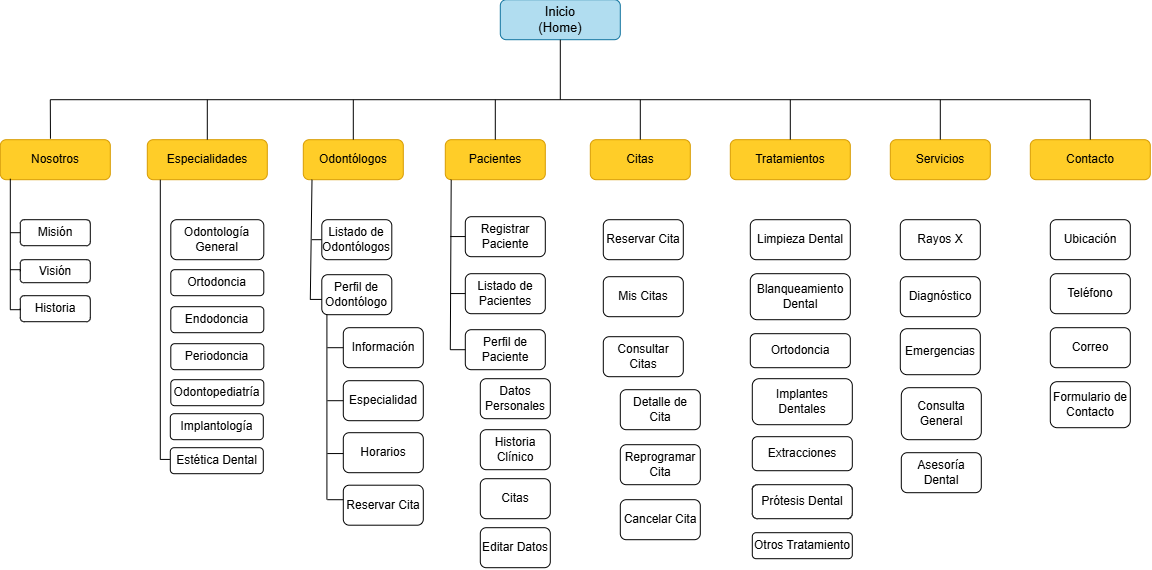
Before: sistema web.drawio.png, a diagram exported from draw.io (IngridCruzY/sistema-web-cl-nica-odont-loga). Source tidied: cells renumbered, new cells last; positions are measured from the earlier drawing's top-left corner, leaving out a move shared by most shapes.
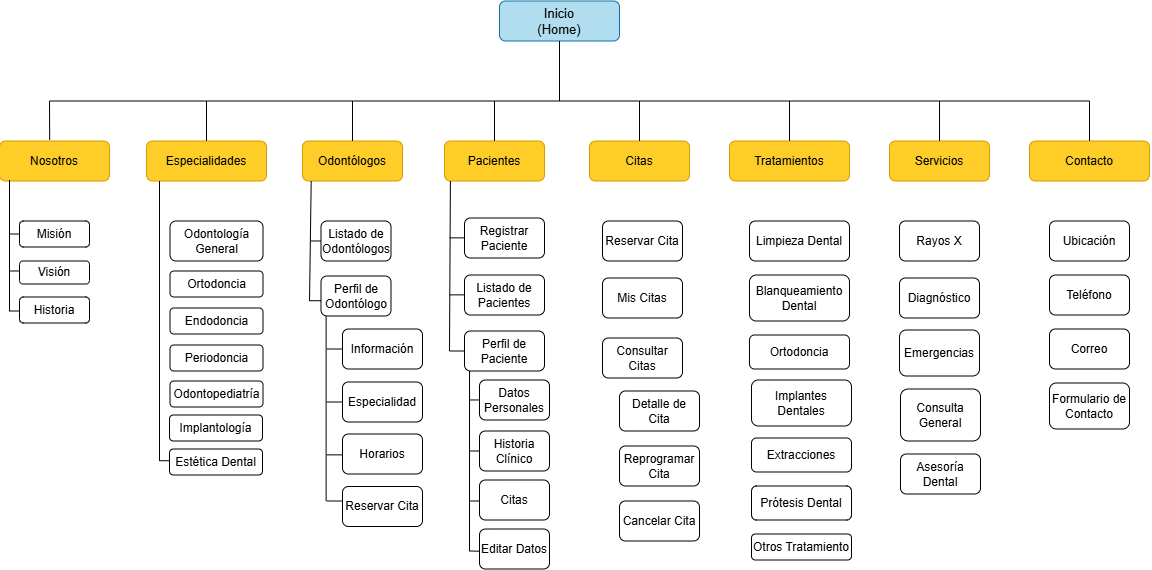
The same file after the commit.

Diff of the diagram source:
```diff
@@ -320,5 +320,36 @@
         <mxPoint x="465" y="236.9" as="targetPoint" />
       </mxGeometry>
     </mxCell>
+    <mxCell id="84" style="endArrow=none;html=1;rounded=0;entryX=0.063;entryY=1;entryDx=0;entryDy=0;entryPerimeter=0;" parent="1" edge="1" target="39">
+      <mxGeometry relative="1" as="geometry">
+        <mxPoint x="470" y="550" as="sourcePoint" />
+      </mxGeometry>
+    </mxCell>
+    <mxCell id="85" style="endArrow=none;html=1;rounded=0;entryX=0;entryY=0.5;entryDx=0;entryDy=0;" parent="1" edge="1" target="41">
+      <mxGeometry relative="1" as="geometry">
+        <mxPoint x="470" y="450" as="sourcePoint" />
+      </mxGeometry>
+    </mxCell>
+    <mxCell id="86" style="endArrow=none;html=1;rounded=0;entryX=0;entryY=0.5;entryDx=0;entryDy=0;" parent="1" edge="1">
+      <mxGeometry relative="1" as="geometry">
+        <mxPoint x="470" y="399" as="sourcePoint" />
+        <mxPoint x="480" y="399" as="targetPoint" />
+      </mxGeometry>
+    </mxCell>
+    <mxCell id="87" style="endArrow=none;html=1;rounded=0;" parent="1" edge="1">
+      <mxGeometry relative="1" as="geometry">
+        <mxPoint x="470" y="547.9" as="sourcePoint" />
+        <mxPoint x="480" y="550.2" as="targetPoint" />
+        <Array as="points">
+          <mxPoint x="470" y="550" />
+        </Array>
+      </mxGeometry>
+    </mxCell>
+    <mxCell id="88" style="endArrow=none;html=1;rounded=0;entryX=0;entryY=0.5;entryDx=0;entryDy=0;" parent="1" edge="1">
+      <mxGeometry relative="1" as="geometry">
+        <mxPoint x="470" y="500" as="sourcePoint" />
+        <mxPoint x="480" y="500" as="targetPoint" />
+      </mxGeometry>
+    </mxCell>
   </root>
 </mxGraphModel>
```
